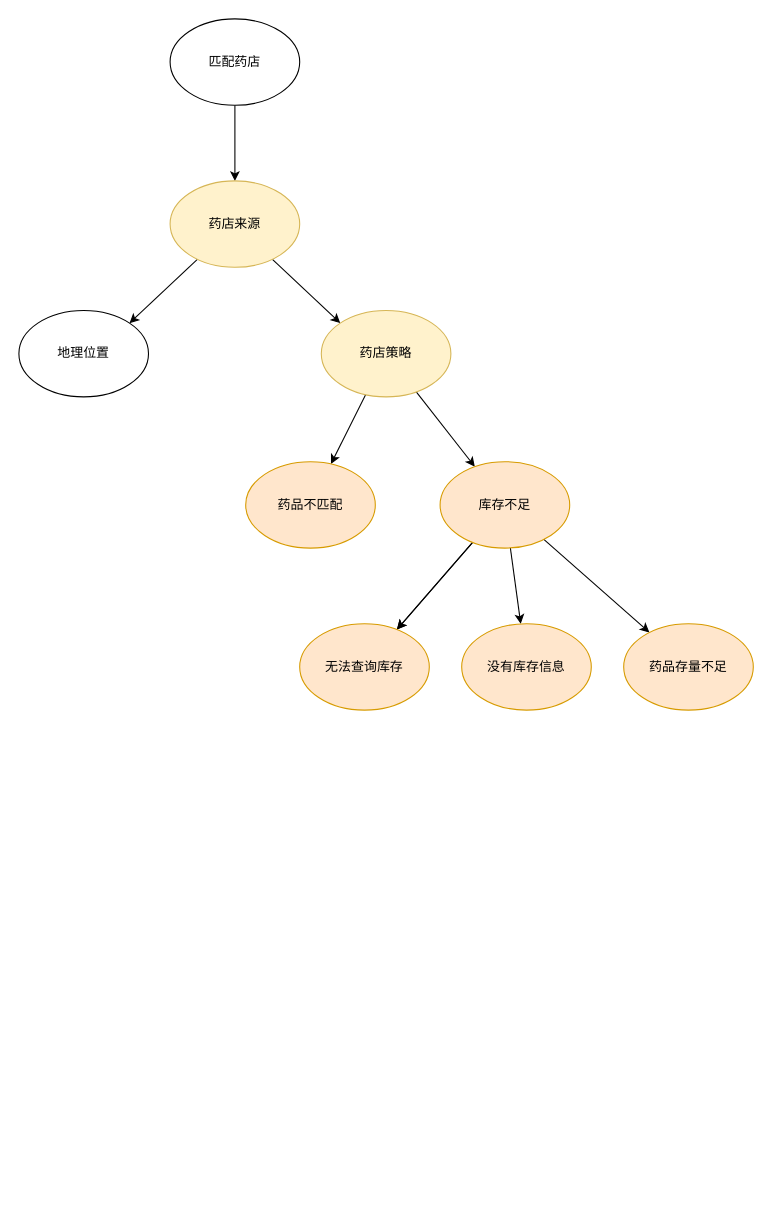
The draw.io diagram 未命名绘图.drawio in kekokele/test, before the edit. Source tidied: cells renumbered, new cells numbered last; positions are measured from the earlier drawing's top-left corner, leaving out a move shared by most shapes. Both pictures are drawn from the tidied source at 108%, with x=0, y=0 at pixel (18, 18).
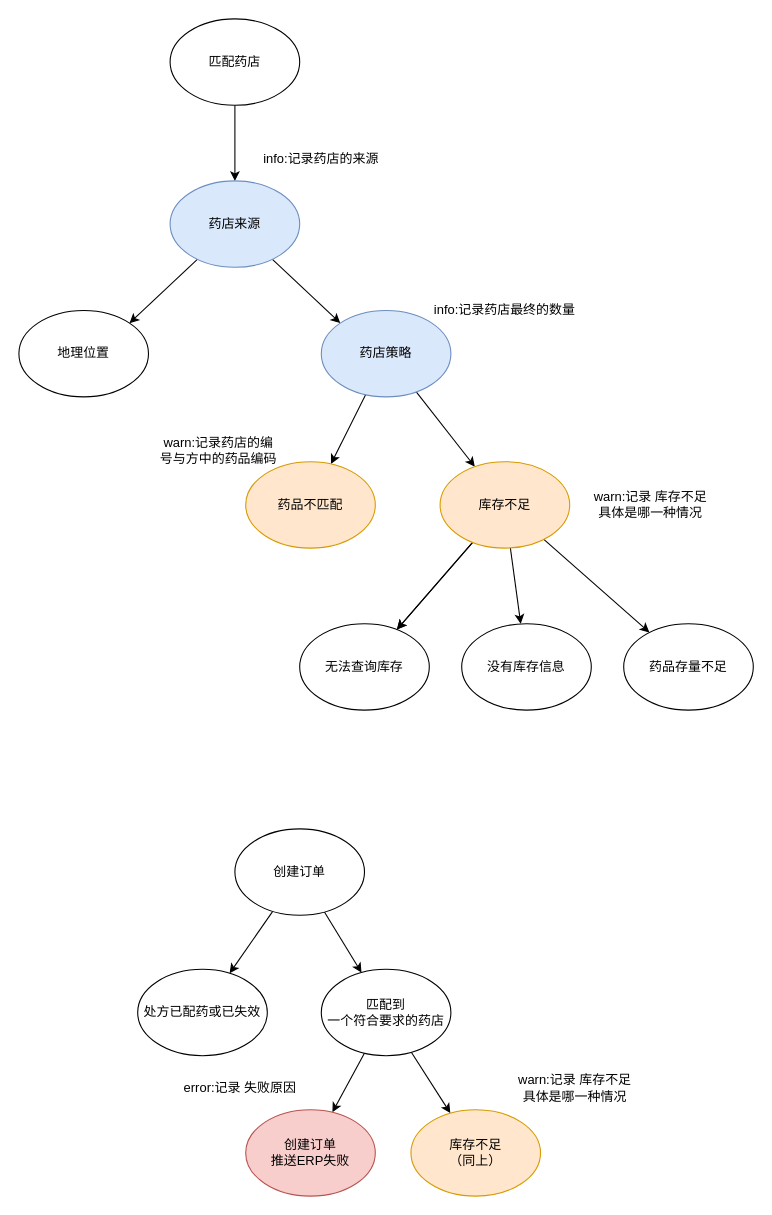
Above is the later version.

Change to the diagram source:
```diff
@@
-    <mxCell id="6" value="药店来源" style="ellipse;whiteSpace=wrap;html=1;fillColor=#fff2cc;strokeColor=#d6b656;" parent="1" vertex="1">
+    <mxCell id="6" value="药店来源" style="ellipse;whiteSpace=wrap;html=1;fillColor=#dae8fc;strokeColor=#6c8ebf;" parent="1" vertex="1">
       <mxGeometry x="140" y="150" width="120" height="80" as="geometry" />
     </mxCell>
@@
-    <mxCell id="10" value="药店策略" style="ellipse;whiteSpace=wrap;html=1;fillColor=#fff2cc;strokeColor=#d6b656;" parent="1" vertex="1">
+    <mxCell id="10" value="药店策略" style="ellipse;whiteSpace=wrap;html=1;fillColor=#dae8fc;strokeColor=#6c8ebf;" parent="1" vertex="1">
       <mxGeometry x="280" y="270" width="120" height="80" as="geometry" />
     </mxCell>
@@
-    <mxCell id="16" value="药品存量不足" style="ellipse;whiteSpace=wrap;html=1;fillColor=#ffe6cc;strokeColor=#d79b00;" parent="1" vertex="1">
+    <mxCell id="16" value="药品存量不足" style="ellipse;whiteSpace=wrap;html=1;" parent="1" vertex="1">
       <mxGeometry x="560" y="560" width="120" height="80" as="geometry" />
     </mxCell>
-    <mxCell id="17" value="没有库存信息" style="ellipse;whiteSpace=wrap;html=1;fillColor=#ffe6cc;strokeColor=#d79b00;" parent="1" vertex="1">
+    <mxCell id="17" value="没有库存信息" style="ellipse;whiteSpace=wrap;html=1;" parent="1" vertex="1">
       <mxGeometry x="410" y="560" width="120" height="80" as="geometry" />
     </mxCell>
-    <mxCell id="18" value="无法查询库存" style="ellipse;whiteSpace=wrap;html=1;fillColor=#ffe6cc;strokeColor=#d79b00;" parent="1" vertex="1">
+    <mxCell id="18" value="无法查询库存" style="ellipse;whiteSpace=wrap;html=1;" parent="1" vertex="1">
       <mxGeometry x="260" y="560" width="120" height="80" as="geometry" />
     </mxCell>
@@
+    <mxCell id="20" value="info:记录药店的来源" style="text;html=1;strokeColor=none;fillColor=none;align=center;verticalAlign=middle;whiteSpace=wrap;rounded=0;" parent="1" vertex="1">
+      <mxGeometry x="200" y="120" width="160" height="20" as="geometry" />
+    </mxCell>
+    <mxCell id="21" value="info:记录药店最终的数量" style="text;html=1;strokeColor=none;fillColor=none;align=center;verticalAlign=middle;whiteSpace=wrap;rounded=0;" parent="1" vertex="1">
+      <mxGeometry x="370" y="260" width="160" height="20" as="geometry" />
+    </mxCell>
+    <mxCell id="22" value="warn:记录药店的编号与方中的药品编码" style="text;html=1;strokeColor=none;fillColor=none;align=center;verticalAlign=middle;whiteSpace=wrap;rounded=0;" parent="1" vertex="1">
+      <mxGeometry x="130" y="390" width="110" height="20" as="geometry" />
+    </mxCell>
+    <mxCell id="23" value="warn:记录 库存不足具体是哪一种情况" style="text;html=1;strokeColor=none;fillColor=none;align=center;verticalAlign=middle;whiteSpace=wrap;rounded=0;" parent="1" vertex="1">
+      <mxGeometry x="530" y="440" width="110" height="20" as="geometry" />
+    </mxCell>
+    <mxCell id="24" style="edgeStyle=none;rounded=0;jettySize=auto;html=1;" parent="1" edge="1" source="26" target="32">
+      <mxGeometry relative="1" as="geometry" />
+    </mxCell>
+    <mxCell id="25" style="edgeStyle=none;rounded=0;jettySize=auto;html=1;" parent="1" edge="1" source="26" target="29">
+      <mxGeometry relative="1" as="geometry" />
+    </mxCell>
+    <mxCell id="26" value="创建订单" style="ellipse;whiteSpace=wrap;html=1;" parent="1" vertex="1">
+      <mxGeometry x="200" y="750" width="120" height="80" as="geometry" />
+    </mxCell>
+    <mxCell id="27" style="edgeStyle=none;rounded=0;jettySize=auto;html=1;" parent="1" edge="1" source="29" target="31">
+      <mxGeometry relative="1" as="geometry" />
+    </mxCell>
+    <mxCell id="28" style="edgeStyle=none;rounded=0;jettySize=auto;html=1;" parent="1" edge="1" source="29" target="30">
+      <mxGeometry relative="1" as="geometry" />
+    </mxCell>
+    <mxCell id="29" value="匹配到&lt;br&gt;一个符合要求的药店" style="ellipse;whiteSpace=wrap;html=1;" parent="1" vertex="1">
+      <mxGeometry x="280" y="880" width="120" height="80" as="geometry" />
+    </mxCell>
+    <mxCell id="30" value="创建订单&lt;br&gt;推送ERP失败" style="ellipse;whiteSpace=wrap;html=1;fillColor=#f8cecc;strokeColor=#b85450;" parent="1" vertex="1">
+      <mxGeometry x="210" y="1010" width="120" height="80" as="geometry" />
+    </mxCell>
+    <mxCell id="31" value="库存不足&lt;br&gt;（同上）" style="ellipse;whiteSpace=wrap;html=1;fillColor=#ffe6cc;strokeColor=#d79b00;" parent="1" vertex="1">
+      <mxGeometry x="363" y="1010" width="120" height="80" as="geometry" />
+    </mxCell>
+    <mxCell id="32" value="处方已配药或已失效" style="ellipse;whiteSpace=wrap;html=1;" parent="1" vertex="1">
+      <mxGeometry x="110" y="880" width="120" height="80" as="geometry" />
+    </mxCell>
+    <mxCell id="33" value="warn:记录 库存不足具体是哪一种情况" style="text;html=1;strokeColor=none;fillColor=none;align=center;verticalAlign=middle;whiteSpace=wrap;rounded=0;" parent="1" vertex="1">
+      <mxGeometry x="460" y="980" width="110" height="20" as="geometry" />
+    </mxCell>
+    <mxCell id="34" value="error:记录 失败原因" style="text;html=1;strokeColor=none;fillColor=none;align=center;verticalAlign=middle;whiteSpace=wrap;rounded=0;" parent="1" vertex="1">
+      <mxGeometry x="150" y="980" width="110" height="20" as="geometry" />
+    </mxCell>
```
